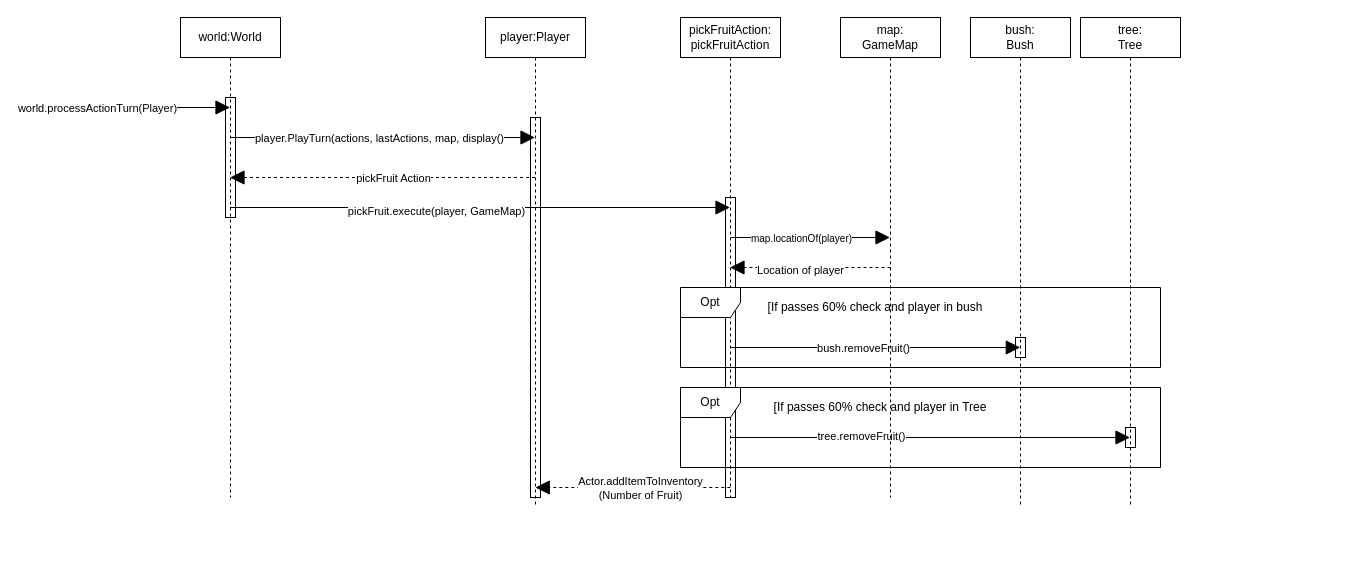
This is Diagrams/Sequence/PlayerPickFruit Sequence Diagram Final.drawio from Dax246/FIT2099, a draw.io file, before an edit. Source tidied: cells renumbered, new cells numbered last; positions are measured from the earlier drawing's top-left corner, leaving out a move shared by most shapes. Both pictures are drawn from the tidied source at 100%, with x=0, y=0 at pixel (30, 17).
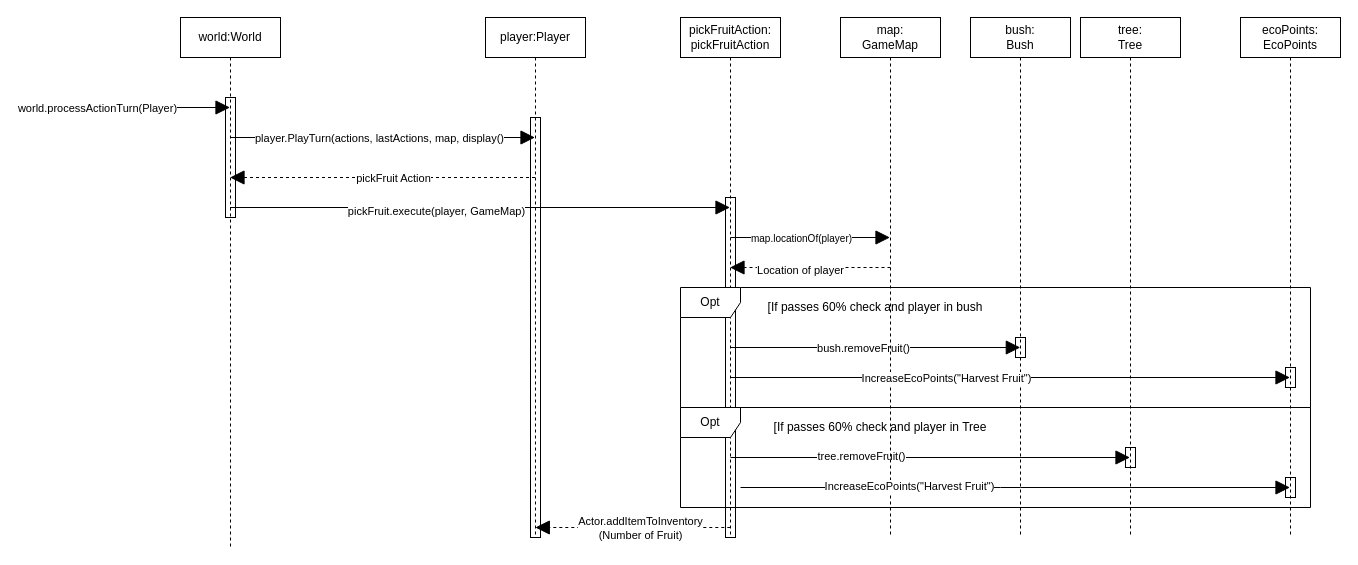
Above is the later version.

Commit message (it also covers changes not shown here):
Sequence Diagram changes added to Class diagrams

The edit, as a diff of the source:
```diff
@@
     <mxCell id="2" value="world:World" style="shape=umlLifeline;perimeter=lifelinePerimeter;whiteSpace=wrap;html=1;outlineConnect=0;" parent="1" vertex="1">
-      <mxGeometry x="150" width="100" height="480" as="geometry" />
+      <mxGeometry x="150" width="100" height="530" as="geometry" />
     </mxCell>
@@
     <mxCell id="6" value="player:Player" style="shape=umlLifeline;perimeter=lifelinePerimeter;whiteSpace=wrap;html=1;outlineConnect=0;" parent="1" vertex="1">
-      <mxGeometry x="455" width="100" height="490" as="geometry" />
+      <mxGeometry x="455" width="100" height="520" as="geometry" />
     </mxCell>
     <mxCell id="7" style="html=1;perimeter=orthogonalPerimeter;fillColor=none;" parent="6" vertex="1">
-      <mxGeometry x="45" y="100" width="10" height="380" as="geometry" />
+      <mxGeometry x="45" y="100" width="10" height="420" as="geometry" />
     </mxCell>
@@
     <mxCell id="12" value="bush:&lt;br&gt;Bush" style="shape=umlLifeline;perimeter=lifelinePerimeter;whiteSpace=wrap;html=1;" parent="1" vertex="1">
-      <mxGeometry x="940" width="100" height="490" as="geometry" />
+      <mxGeometry x="940" width="100" height="520" as="geometry" />
     </mxCell>
     <mxCell id="13" value="tree:&lt;br&gt;Tree" style="shape=umlLifeline;perimeter=lifelinePerimeter;whiteSpace=wrap;html=1;outlineConnect=0;" parent="1" vertex="1">
-      <mxGeometry x="1050" width="100" height="490" as="geometry" />
+      <mxGeometry x="1050" width="100" height="520" as="geometry" />
     </mxCell>
     <mxCell id="14" value="pickFruitAction:&lt;br&gt;pickFruitAction" style="shape=umlLifeline;perimeter=lifelinePerimeter;whiteSpace=wrap;html=1;outlineConnect=0;" parent="1" vertex="1">
-      <mxGeometry x="650" width="100" height="480" as="geometry" />
+      <mxGeometry x="650" width="100" height="520" as="geometry" />
     </mxCell>
@@
-    <mxCell id="17" style="endArrow=block;endFill=1;endSize=12;html=1;" parent="14" edge="1" target="13">
+    <mxCell id="17" style="endArrow=block;endFill=1;endSize=12;html=1;" parent="14" edge="1">
       <mxGeometry relative="1" as="geometry">
-        <mxPoint x="50" y="420" as="sourcePoint" />
+        <mxPoint x="50" y="440" as="sourcePoint" />
+        <mxPoint x="449.5" y="440" as="targetPoint" />
       </mxGeometry>
     </mxCell>
@@
     <mxCell id="19" style="html=1;perimeter=orthogonalPerimeter;fillColor=none;" parent="14" vertex="1">
-      <mxGeometry x="45" y="180" width="10" height="300" as="geometry" />
+      <mxGeometry x="45" y="180" width="10" height="340" as="geometry" />
     </mxCell>
     <mxCell id="20" style="endArrow=block;dashed=1;endFill=1;endSize=12;html=1;snapToPoint=0;" parent="1" edge="1">
       <mxGeometry relative="1" as="geometry">
-        <mxPoint x="699.8" y="470" as="sourcePoint" />
-        <mxPoint x="504.8" y="470" as="targetPoint" />
+        <mxPoint x="699.8" y="510" as="sourcePoint" />
+        <mxPoint x="504.8" y="510" as="targetPoint" />
       </mxGeometry>
     </mxCell>
@@
     <mxCell id="26" value="map:&lt;br&gt;GameMap" style="shape=umlLifeline;perimeter=lifelinePerimeter;whiteSpace=wrap;html=1;outlineConnect=0;" parent="1" vertex="1">
-      <mxGeometry x="810" width="100" height="480" as="geometry" />
+      <mxGeometry x="810" width="100" height="520" as="geometry" />
     </mxCell>
@@
     <mxCell id="29" value="Opt" style="shape=umlFrame;whiteSpace=wrap;html=1;" parent="1" vertex="1">
-      <mxGeometry x="650" y="270" width="480" height="80" as="geometry" />
+      <mxGeometry x="650" y="270" width="630" height="120" as="geometry" />
     </mxCell>
@@
     <mxCell id="31" value="Opt" style="shape=umlFrame;whiteSpace=wrap;html=1;" parent="1" vertex="1">
-      <mxGeometry x="650" y="370" width="480" height="80" as="geometry" />
+      <mxGeometry x="650" y="390" width="630" height="100" as="geometry" />
     </mxCell>
     <mxCell id="32" value="[If passes 60% check and player in Tree" style="text;html=1;strokeColor=none;fillColor=none;align=center;verticalAlign=middle;whiteSpace=wrap;rounded=0;" parent="1" vertex="1">
-      <mxGeometry x="730" y="380" width="240" height="20" as="geometry" />
+      <mxGeometry x="730" y="400" width="240" height="20" as="geometry" />
     </mxCell>
@@
     <mxCell id="34" style="html=1;perimeter=orthogonalPerimeter;fillColor=none;" parent="1" vertex="1">
-      <mxGeometry x="1095" y="410" width="10" height="20" as="geometry" />
+      <mxGeometry x="1095" y="430" width="10" height="20" as="geometry" />
     </mxCell>
+    <mxCell id="35" value="ecoPoints:&lt;br&gt;EcoPoints" style="shape=umlLifeline;perimeter=lifelinePerimeter;whiteSpace=wrap;html=1;outlineConnect=0;" parent="1" vertex="1">
+      <mxGeometry x="1210" width="100" height="520" as="geometry" />
+    </mxCell>
+    <mxCell id="36" style="html=1;perimeter=orthogonalPerimeter;fillColor=none;" parent="35" vertex="1">
+      <mxGeometry x="45" y="350" width="10" height="20" as="geometry" />
+    </mxCell>
+    <mxCell id="37" style="html=1;perimeter=orthogonalPerimeter;fillColor=none;" parent="35" vertex="1">
+      <mxGeometry x="45" y="460" width="10" height="20" as="geometry" />
+    </mxCell>
+    <mxCell id="38" style="endArrow=block;endFill=1;endSize=12;html=1;" parent="1" edge="1" target="35">
+      <mxGeometry relative="1" as="geometry">
+        <mxPoint x="700" y="360" as="sourcePoint" />
+      </mxGeometry>
+    </mxCell>
+    <mxCell id="39" value="IncreaseEcoPoints(&quot;Harvest Fruit&quot;)" style="edgeLabel;html=1;align=center;verticalAlign=middle;" parent="38" vertex="1">
+      <mxGeometry x="-0.23" relative="1" as="geometry" />
+    </mxCell>
+    <mxCell id="40" style="endArrow=block;endFill=1;endSize=12;html=1;" parent="1" edge="1">
+      <mxGeometry relative="1" as="geometry">
+        <mxPoint x="710" y="470" as="sourcePoint" />
+        <mxPoint x="1259.5" y="470" as="targetPoint" />
+        <Array as="points">
+          <mxPoint x="980" y="470" />
+        </Array>
+      </mxGeometry>
+    </mxCell>
+    <mxCell id="41" value="IncreaseEcoPoints(&quot;Harvest Fruit&quot;)" style="edgeLabel;html=1;align=center;verticalAlign=middle;" parent="40" vertex="1">
+      <mxGeometry x="-0.39" y="2" relative="1" as="geometry" />
+    </mxCell>
```
